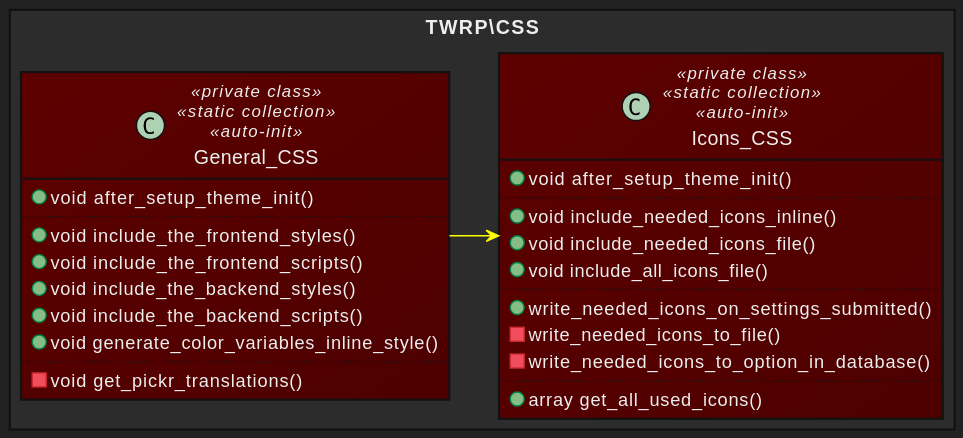
This is puml/CSS.svg from 9brada6/tabs-with-posts, a PlantUML export, as it was before one commit.
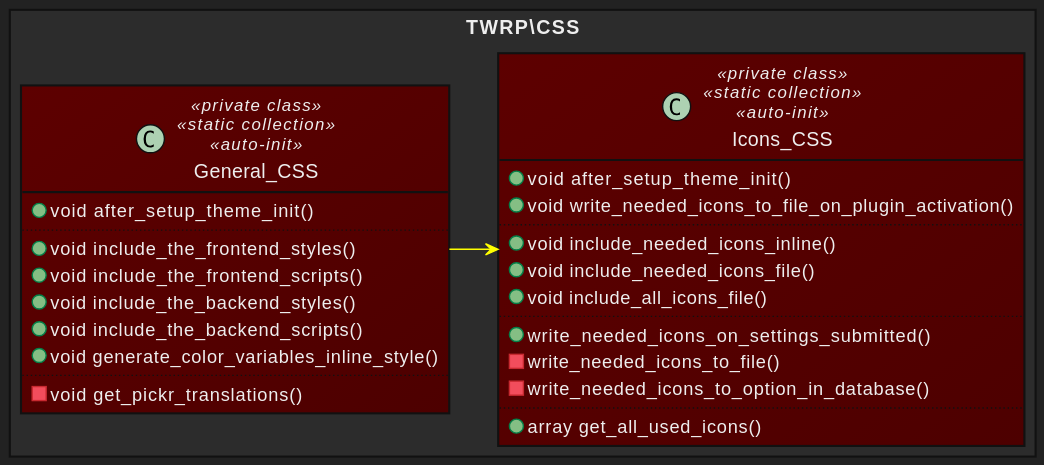
After the commit.

Commit message:
Include the backend js/css only when needed.

The edit, as a diff of the source:
```diff
@@ -53,6 +53,7 @@
 
 	class Icons_CSS <<private class>> <<static collection>> <<auto-init>> {
 		+ void after_setup_theme_init()
+		+ void write_needed_icons_to_file_on_plugin_activation()
 		..
 		+ void include_needed_icons_inline()
 		+ void include_needed_icons_file()
```
